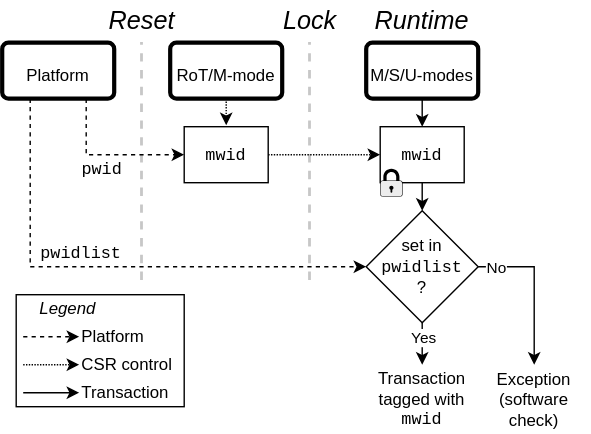
Earlier version of the draw.io export src/images/drawio/Smwid.svg (riscv/riscv-worlds). Source tidied: cells renumbered, new cells last; positions are measured from the earlier drawing's top-left corner, leaving out a move shared by most shapes.
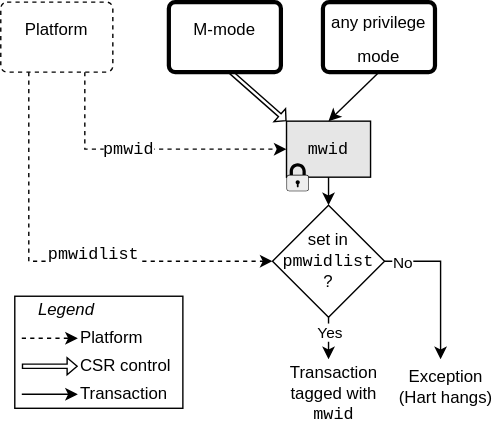
The same file after the commit.

Change to the diagram source:
```diff
@@ -3,7 +3,7 @@
     <mxCell id="0" />
     <mxCell id="1" parent="0" />
     <mxCell id="2" style="group;" parent="1" vertex="1">
-      <mxGeometry x="10" y="210" width="125" height="80" as="geometry" />
+      <mxGeometry x="10" y="230" width="125" height="80" as="geometry" />
     </mxCell>
     <mxCell id="3" style="rounded=0;whiteSpace=wrap;html=1;" parent="2" vertex="1">
       <mxGeometry width="120" height="80" as="geometry" />
@@ -16,11 +16,6 @@
     <mxCell id="5" value="Platform" style="text;html=1;whiteSpace=wrap;strokeColor=none;fillColor=none;align=left;verticalAlign=middle;rounded=0;" parent="2" vertex="1">
       <mxGeometry x="45" y="20" width="80" height="20" as="geometry" />
     </mxCell>
-    <mxCell id="6" style="endArrow=classic;html=1;rounded=0;dashed=1;dashPattern=1 1;" parent="2" edge="1" target="7">
-      <mxGeometry relative="1" as="geometry">
-        <mxPoint x="5" y="50" as="sourcePoint" />
-      </mxGeometry>
-    </mxCell>
     <mxCell id="7" value="CSR control" style="text;html=1;whiteSpace=wrap;strokeColor=none;fillColor=none;align=left;verticalAlign=middle;rounded=0;" parent="2" vertex="1">
       <mxGeometry x="45" y="40" width="80" height="20" as="geometry" />
     </mxCell>
@@ -35,92 +30,74 @@
     <mxCell id="10" value="&lt;i&gt;Legend&lt;/i&gt;" style="text;html=1;whiteSpace=wrap;strokeColor=none;fillColor=none;align=left;verticalAlign=middle;rounded=0;" parent="2" vertex="1">
       <mxGeometry x="15" width="80" height="20" as="geometry" />
     </mxCell>
-    <mxCell id="11" style="endArrow=none;html=1;rounded=0;dashed=1;strokeWidth=2;strokeColor=light-dark(#C7C7C7,#EDEDED);" parent="1" edge="1">
-      <mxGeometry relative="1" as="geometry">
-        <mxPoint x="220" y="200" as="sourcePoint" />
-        <mxPoint x="220" y="30" as="targetPoint" />
-      </mxGeometry>
-    </mxCell>
-    <mxCell id="12" style="endArrow=none;html=1;rounded=0;dashed=1;strokeWidth=2;strokeColor=light-dark(#C7C7C7,#EDEDED);" parent="1" edge="1">
-      <mxGeometry relative="1" as="geometry">
-        <mxPoint x="100" y="200" as="sourcePoint" />
-        <mxPoint x="100" y="30" as="targetPoint" />
-      </mxGeometry>
-    </mxCell>
+    <mxCell id="37" style="shape=flexArrow;endArrow=classic;html=1;rounded=0;endWidth=8.095238095238095;endSize=2.0476190476190474;width=3;entryX=0;entryY=0.5;entryDx=0;entryDy=0;" parent="2" edge="1" target="7">
+      <mxGeometry relative="1" as="geometry">
+        <mxPoint x="5" y="50" as="sourcePoint" />
+      </mxGeometry>
+    </mxCell>
-    <mxCell id="13" value="&lt;font style=&quot;font-size: 12px;&quot;&gt;RoT/M-mode&lt;/font&gt;" style="html=1;overflow=block;blockSpacing=1;whiteSpace=wrap;fontSize=20;spacing=3.8;strokeOpacity=100;fillOpacity=100;rounded=1;absoluteArcSize=1;arcSize=9;fillColor=#ffffff;strokeWidth=3;lucidId=RJBa-lLBp8Ld;" parent="1" vertex="1">
-      <mxGeometry x="120" y="30" width="80" height="40" as="geometry" />
+    <mxCell id="13" value="&lt;font style=&quot;font-size: 12px;&quot;&gt;M-mode&lt;/font&gt;" style="html=1;overflow=block;blockSpacing=1;whiteSpace=wrap;fontSize=20;spacing=5;strokeOpacity=100;fillOpacity=100;rounded=1;absoluteArcSize=1;arcSize=9;fillColor=#ffffff;strokeWidth=3;lucidId=RJBa-lLBp8Ld;verticalAlign=top;" parent="1" vertex="1">
+      <mxGeometry x="120" y="20" width="80" height="50" as="geometry" />
     </mxCell>
-    <mxCell id="14" value="&lt;font style=&quot;font-size: 12px;&quot;&gt;Platform&lt;/font&gt;" style="html=1;overflow=block;blockSpacing=1;whiteSpace=wrap;fontSize=20;fontColor=default;spacing=3.8;strokeOpacity=100;fillOpacity=100;rounded=1;absoluteArcSize=1;arcSize=9;fillColor=#ffffff;fixDash=1;strokeWidth=3;lucidId=RJBal6eY-SyX;" parent="1" vertex="1">
-      <mxGeometry y="30" width="80" height="40" as="geometry" />
+    <mxCell id="14" value="&lt;font style=&quot;font-size: 12px;&quot;&gt;Platform&lt;/font&gt;" style="html=1;overflow=block;blockSpacing=1;whiteSpace=wrap;fontSize=20;fontColor=default;spacing=5;strokeOpacity=100;fillOpacity=100;rounded=1;absoluteArcSize=1;arcSize=9;fillColor=#ffffff;fixDash=1;strokeWidth=1;lucidId=RJBal6eY-SyX;verticalAlign=top;dashed=1;" parent="1" vertex="1">
+      <mxGeometry y="20" width="80" height="50" as="geometry" />
     </mxCell>
-    <mxCell id="15" value="&lt;font style=&quot;font-size: 12px;&quot;&gt;M/S/U-modes&lt;/font&gt;" style="html=1;overflow=block;blockSpacing=1;whiteSpace=wrap;fontSize=20;spacing=3.8;strokeOpacity=100;fillOpacity=100;rounded=1;absoluteArcSize=1;arcSize=9;fillColor=#ffffff;strokeWidth=3;lucidId=RJBa-lLBp8Ld;" parent="1" vertex="1">
-      <mxGeometry x="260" y="30" width="80" height="40" as="geometry" />
+    <mxCell id="15" value="&lt;font style=&quot;font-size: 12px;&quot;&gt;any privilege&lt;br&gt;mode&lt;/font&gt;" style="html=1;overflow=block;blockSpacing=1;whiteSpace=wrap;fontSize=20;spacing=0;strokeOpacity=100;fillOpacity=100;rounded=1;absoluteArcSize=1;arcSize=9;fillColor=#ffffff;strokeWidth=3;lucidId=RJBa-lLBp8Ld;verticalAlign=top;" parent="1" vertex="1">
+      <mxGeometry x="230" y="20" width="80" height="50" as="geometry" />
     </mxCell>
-    <mxCell id="16" value="&lt;font style=&quot;font-size: 18px;&quot;&gt;&lt;i&gt;Reset&lt;/i&gt;&lt;/font&gt;" style="text;html=1;whiteSpace=wrap;strokeColor=none;fillColor=none;align=center;verticalAlign=middle;rounded=0;" parent="1" vertex="1">
-      <mxGeometry x="70" width="60" height="30" as="geometry" />
-    </mxCell>
-    <mxCell id="17" value="&lt;font style=&quot;font-size: 18px;&quot;&gt;&lt;i&gt;Runtime&lt;/i&gt;&lt;/font&gt;" style="text;html=1;whiteSpace=wrap;strokeColor=none;fillColor=none;align=center;verticalAlign=middle;rounded=0;" parent="1" vertex="1">
-      <mxGeometry x="250" width="100" height="30" as="geometry" />
-    </mxCell>
-    <mxCell id="18" value="&lt;font face=&quot;Courier New&quot; style=&quot;font-size: 12px;&quot;&gt;mwid&lt;/font&gt;" style="rounded=0;whiteSpace=wrap;html=1;" parent="1" vertex="1">
-      <mxGeometry x="130" y="90" width="60" height="40" as="geometry" />
-    </mxCell>
-    <mxCell id="19" style="endArrow=classic;html=1;rounded=0;exitX=0.75;exitY=1;exitDx=0;exitDy=0;entryX=0;entryY=0.5;entryDx=0;entryDy=0;strokeWidth=1;dashed=1;" parent="1" edge="1" source="14" target="18">
+    <mxCell id="19" style="endArrow=classic;html=1;rounded=0;exitX=0.75;exitY=1;exitDx=0;exitDy=0;entryX=0;entryY=0.5;entryDx=0;entryDy=0;strokeWidth=1;dashed=1;" parent="1" edge="1" source="14" target="22">
       <mxGeometry relative="1" as="geometry">
         <Array as="points">
-          <mxPoint x="60" y="110" />
+          <mxPoint x="60" y="125" />
         </Array>
       </mxGeometry>
     </mxCell>
-    <mxCell id="20" value="&lt;font style=&quot;font-size: 12px;&quot; face=&quot;Courier New&quot;&gt;pwid&lt;/font&gt;" style="edgeLabel;html=1;align=center;verticalAlign=middle;" parent="19" vertex="1">
+    <mxCell id="20" value="&lt;font style=&quot;font-size: 12px;&quot; face=&quot;Courier New&quot;&gt;pmwid&lt;/font&gt;" style="edgeLabel;html=1;align=center;verticalAlign=middle;" parent="19" vertex="1">
       <mxGeometry x="-0.54" y="2" relative="1" as="geometry">
-        <mxPoint x="8" y="25" as="offset" />
+        <mxPoint x="28" y="9" as="offset" />
       </mxGeometry>
     </mxCell>
-    <mxCell id="21" style="endArrow=classic;html=1;rounded=0;strokeWidth=1;dashed=1;dashPattern=1 1;exitX=0.5;exitY=1;exitDx=0;exitDy=0;" parent="1" edge="1" source="13">
-      <mxGeometry relative="1" as="geometry">
-        <mxPoint x="160" y="89" as="targetPoint" />
-      </mxGeometry>
-    </mxCell>
-    <mxCell id="22" value="&lt;font face=&quot;Courier New&quot; style=&quot;font-size: 12px;&quot;&gt;mwid&lt;/font&gt;" style="rounded=0;whiteSpace=wrap;html=1;" parent="1" vertex="1">
-      <mxGeometry x="270" y="90" width="60" height="40" as="geometry" />
+    <mxCell id="22" value="&lt;font face=&quot;Courier New&quot; style=&quot;font-size: 12px;&quot;&gt;mwid&lt;/font&gt;" style="rounded=0;whiteSpace=wrap;html=1;fillColor=#E6E6E6;" parent="1" vertex="1">
+      <mxGeometry x="204" y="105" width="60" height="40" as="geometry" />
     </mxCell>
     <mxCell id="23" style="shape=mxgraph.networks2.icon;fillColor=#EDEDED;strokeColor=#000000;gradientColor=#5B6163;network2IconShadow=1;network2bgFillColor=none;labelPosition=center;verticalLabelPosition=bottom;align=center;verticalAlign=top;network2Icon=mxgraph.networks2.lock;network2IconW=0.8;network2IconH=0.9999;" parent="1" vertex="1">
-      <mxGeometry x="270" y="120" width="16" height="20" as="geometry" />
+      <mxGeometry x="204" y="135" width="16" height="20" as="geometry" />
     </mxCell>
     <mxCell id="24" style="endArrow=classic;html=1;rounded=0;exitX=0.5;exitY=1;exitDx=0;exitDy=0;entryX=0.5;entryY=0;entryDx=0;entryDy=0;strokeWidth=1;" parent="1" edge="1" source="22" target="25">
       <mxGeometry relative="1" as="geometry" />
     </mxCell>
-    <mxCell id="25" value="&lt;font style=&quot;font-size: 12px;&quot;&gt;set in&lt;br&gt;&lt;font face=&quot;Courier New&quot; style=&quot;&quot;&gt;pwidlist&lt;br&gt;&lt;/font&gt;?&lt;/font&gt;" style="rhombus;whiteSpace=wrap;html=1;" parent="1" vertex="1">
-      <mxGeometry x="260" y="150" width="80" height="80" as="geometry" />
+    <mxCell id="25" value="&lt;font style=&quot;font-size: 12px;&quot;&gt;set in&lt;br&gt;&lt;font face=&quot;Courier New&quot; style=&quot;&quot;&gt;pmwidlist&lt;br&gt;&lt;/font&gt;?&lt;/font&gt;" style="rhombus;whiteSpace=wrap;html=1;" parent="1" vertex="1">
+      <mxGeometry x="194" y="165" width="80" height="80" as="geometry" />
     </mxCell>
     <mxCell id="26" style="endArrow=classic;html=1;rounded=0;strokeWidth=1;exitX=0.25;exitY=1;exitDx=0;exitDy=0;dashed=1;" parent="1" edge="1" source="14" target="25">
       <mxGeometry relative="1" as="geometry">
         <Array as="points">
-          <mxPoint x="20" y="190" />
+          <mxPoint x="20" y="205" />
         </Array>
       </mxGeometry>
     </mxCell>
-    <mxCell id="27" value="&lt;font style=&quot;font-size: 12px;&quot; face=&quot;Courier New&quot;&gt;pwidlist&lt;/font&gt;" style="edgeLabel;html=1;align=center;verticalAlign=middle;" parent="26" vertex="1">
+    <mxCell id="27" value="&lt;font style=&quot;font-size: 12px;&quot; face=&quot;Courier New&quot;&gt;pmwidlist&lt;/font&gt;" style="edgeLabel;html=1;align=center;verticalAlign=middle;" parent="26" vertex="1">
       <mxGeometry x="-0.54" y="2" relative="1" as="geometry">
-        <mxPoint x="33" y="27" as="offset" />
+        <mxPoint x="43" y="59" as="offset" />
       </mxGeometry>
     </mxCell>
-    <mxCell id="28" style="endArrow=classic;html=1;rounded=0;exitX=0.5;exitY=1;exitDx=0;exitDy=0;entryX=0.5;entryY=0;entryDx=0;entryDy=0;strokeWidth=1;" parent="1" edge="1" source="25" target="30">
-      <mxGeometry relative="1" as="geometry" />
+    <mxCell id="28" style="endArrow=classic;html=1;rounded=0;exitX=0.5;exitY=1;exitDx=0;exitDy=0;entryX=0.5;entryY=0;entryDx=0;entryDy=0;strokeWidth=1;" parent="1" edge="1" source="25">
+      <mxGeometry relative="1" as="geometry">
+        <mxPoint x="234" y="275" as="targetPoint" />
+      </mxGeometry>
     </mxCell>
     <mxCell id="29" value="Yes" style="edgeLabel;html=1;align=center;verticalAlign=middle;" parent="28" vertex="1">
       <mxGeometry x="-0.18" y="4" relative="1" as="geometry">
         <mxPoint x="-4" y="-2" as="offset" />
       </mxGeometry>
     </mxCell>
-    <mxCell id="30" value="&lt;font style=&quot;font-size: 12px;&quot;&gt;Transaction&lt;br&gt;tagged with&lt;br&gt;&lt;font face=&quot;Courier New&quot; style=&quot;&quot;&gt;mwid&lt;/font&gt;&lt;/font&gt;" style="text;html=1;whiteSpace=wrap;strokeColor=none;fillColor=none;align=center;verticalAlign=middle;rounded=0;" parent="1" vertex="1">
-      <mxGeometry x="260" y="260" width="80" height="50" as="geometry" />
+    <mxCell id="30" value="&lt;font style=&quot;font-size: 12px;&quot;&gt;Transaction&lt;br&gt;tagged with&lt;br&gt;&lt;font face=&quot;Courier New&quot; style=&quot;&quot;&gt;mwid&lt;/font&gt;&lt;/font&gt;" style="text;html=1;whiteSpace=wrap;strokeColor=none;fillColor=default;align=center;verticalAlign=middle;rounded=0;" parent="1" vertex="1">
+      <mxGeometry x="198" y="275" width="80" height="50" as="geometry" />
     </mxCell>
-    <mxCell id="31" style="endArrow=classic;html=1;rounded=0;exitX=1;exitY=0.5;exitDx=0;exitDy=0;strokeWidth=1;entryX=0.5;entryY=0;entryDx=0;entryDy=0;" parent="1" edge="1" source="25" target="33">
+    <mxCell id="31" style="endArrow=classic;html=1;rounded=0;exitX=1;exitY=0.5;exitDx=0;exitDy=0;strokeWidth=1;entryX=0.5;entryY=0;entryDx=0;entryDy=0;" parent="1" edge="1" source="25">
       <mxGeometry relative="1" as="geometry">
+        <mxPoint x="314" y="275" as="targetPoint" />
         <Array as="points">
-          <mxPoint x="380" y="190" />
+          <mxPoint x="314" y="205" />
         </Array>
       </mxGeometry>
     </mxCell>
@@ -129,17 +106,16 @@
         <mxPoint y="1" as="offset" />
       </mxGeometry>
     </mxCell>
-    <mxCell id="33" value="&lt;font style=&quot;font-size: 12px;&quot;&gt;Exception (software check)&lt;/font&gt;" style="text;html=1;whiteSpace=wrap;strokeColor=none;fillColor=none;align=center;verticalAlign=middle;rounded=0;" parent="1" vertex="1">
-      <mxGeometry x="340" y="260" width="80" height="50" as="geometry" />
+    <mxCell id="33" value="&lt;font style=&quot;font-size: 12px;&quot;&gt;Exception (Hart hangs)&lt;/font&gt;" style="text;html=1;whiteSpace=wrap;strokeColor=none;fillColor=default;align=center;verticalAlign=middle;rounded=0;" parent="1" vertex="1">
+      <mxGeometry x="278" y="275" width="80" height="40" as="geometry" />
     </mxCell>
-    <mxCell id="34" style="endArrow=classic;html=1;rounded=0;exitX=1;exitY=0.5;exitDx=0;exitDy=0;entryX=0;entryY=0.5;entryDx=0;entryDy=0;strokeWidth=1;dashed=1;dashPattern=1 1;" parent="1" edge="1" source="18" target="22">
-      <mxGeometry relative="1" as="geometry" />
-    </mxCell>
     <mxCell id="35" style="endArrow=classic;html=1;rounded=0;strokeWidth=1;entryX=0.5;entryY=0;entryDx=0;entryDy=0;exitX=0.5;exitY=1;exitDx=0;exitDy=0;" parent="1" edge="1" source="15" target="22">
       <mxGeometry relative="1" as="geometry" />
     </mxCell>
-    <mxCell id="36" value="&lt;font style=&quot;font-size: 18px;&quot;&gt;&lt;i&gt;Lock&lt;/i&gt;&lt;/font&gt;" style="text;html=1;whiteSpace=wrap;strokeColor=none;fillColor=none;align=center;verticalAlign=middle;rounded=0;" parent="1" vertex="1">
-      <mxGeometry x="190" width="60" height="30" as="geometry" />
-    </mxCell>
+    <mxCell id="38" style="shape=flexArrow;endArrow=classic;html=1;rounded=0;exitX=0.546;exitY=1.025;exitDx=0;exitDy=0;exitPerimeter=0;endWidth=8.666666666666666;endSize=1.6395348837209303;width=2.7906976744186047;entryX=0;entryY=0;entryDx=0;entryDy=0;" parent="1" edge="1" target="22">
+      <mxGeometry relative="1" as="geometry">
+        <mxPoint x="164.3" y="70" as="sourcePoint" />
+      </mxGeometry>
+    </mxCell>
   </root>
 </mxGraphModel>
```
